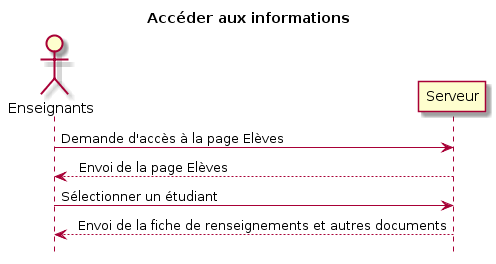
The PlantUML diagram Diagramme/ENSEIGNANT/Acceder aux informations.png in Lilieon/MOCI---Projet-stage, before a commit. Source of this version:
```plantuml
@startuml
title Accéder aux informations


actor Enseignants


Enseignants   -> Serveur: Demande d'accès à la page Elèves
Serveur --> Enseignants  : Envois de la page Elèves


Enseignants   -> Serveur: Sélectionner un étudiant
Serveur --> Enseignants  : Envois de la fiche de renseignements et autres documents






hide footbox
@enduml
```
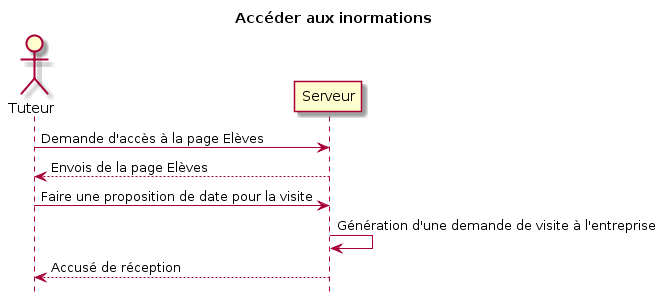
After the change.

Diff of the diagram source:
```diff
@@ -1,20 +1,17 @@
 @startuml
-title Accéder aux informations
+title Accéder aux inormations
 
 
-actor Enseignants
+actor Tuteur
 
 
-Enseignants   -> Serveur: Demande d'accès à la page Elèves
-Serveur --> Enseignants  : Envois de la page Elèves
+Tuteur   -> Serveur: Demande d'accès à la page Elèves
+Serveur --> Tuteur  : Envois de la page Elèves
 
 
-Enseignants   -> Serveur: Sélectionner un étudiant
-Serveur --> Enseignants  : Envois de la fiche de renseignements et autres documents
-
-
-
-
+Tuteur   -> Serveur: Faire une proposition de date pour la visite
+Serveur   -> Serveur: Génération d'une demande de visite à l'entreprise
+Serveur --> Tuteur  : Accusé de réception
 
 
 hide footbox
```
